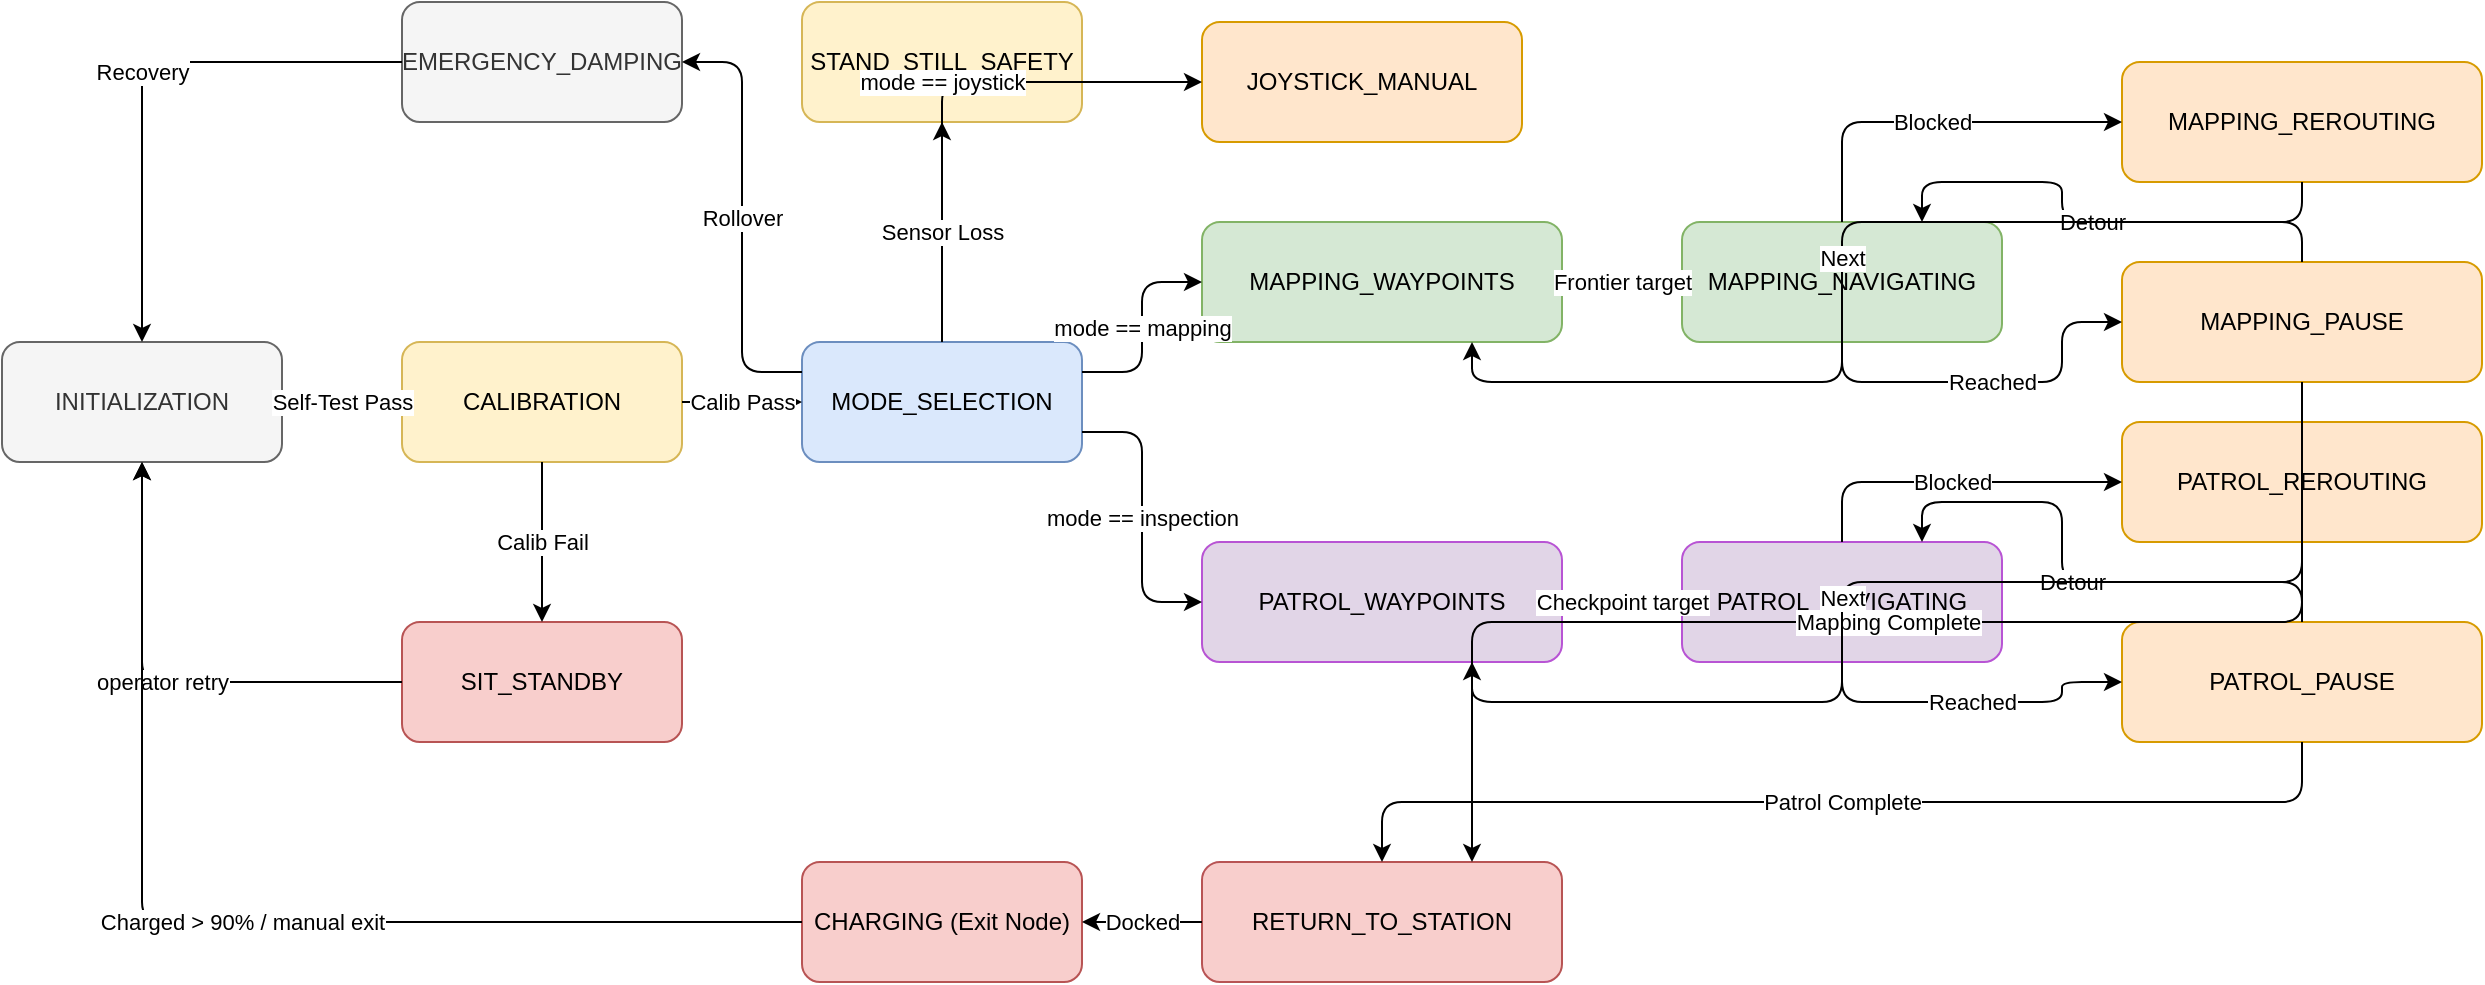
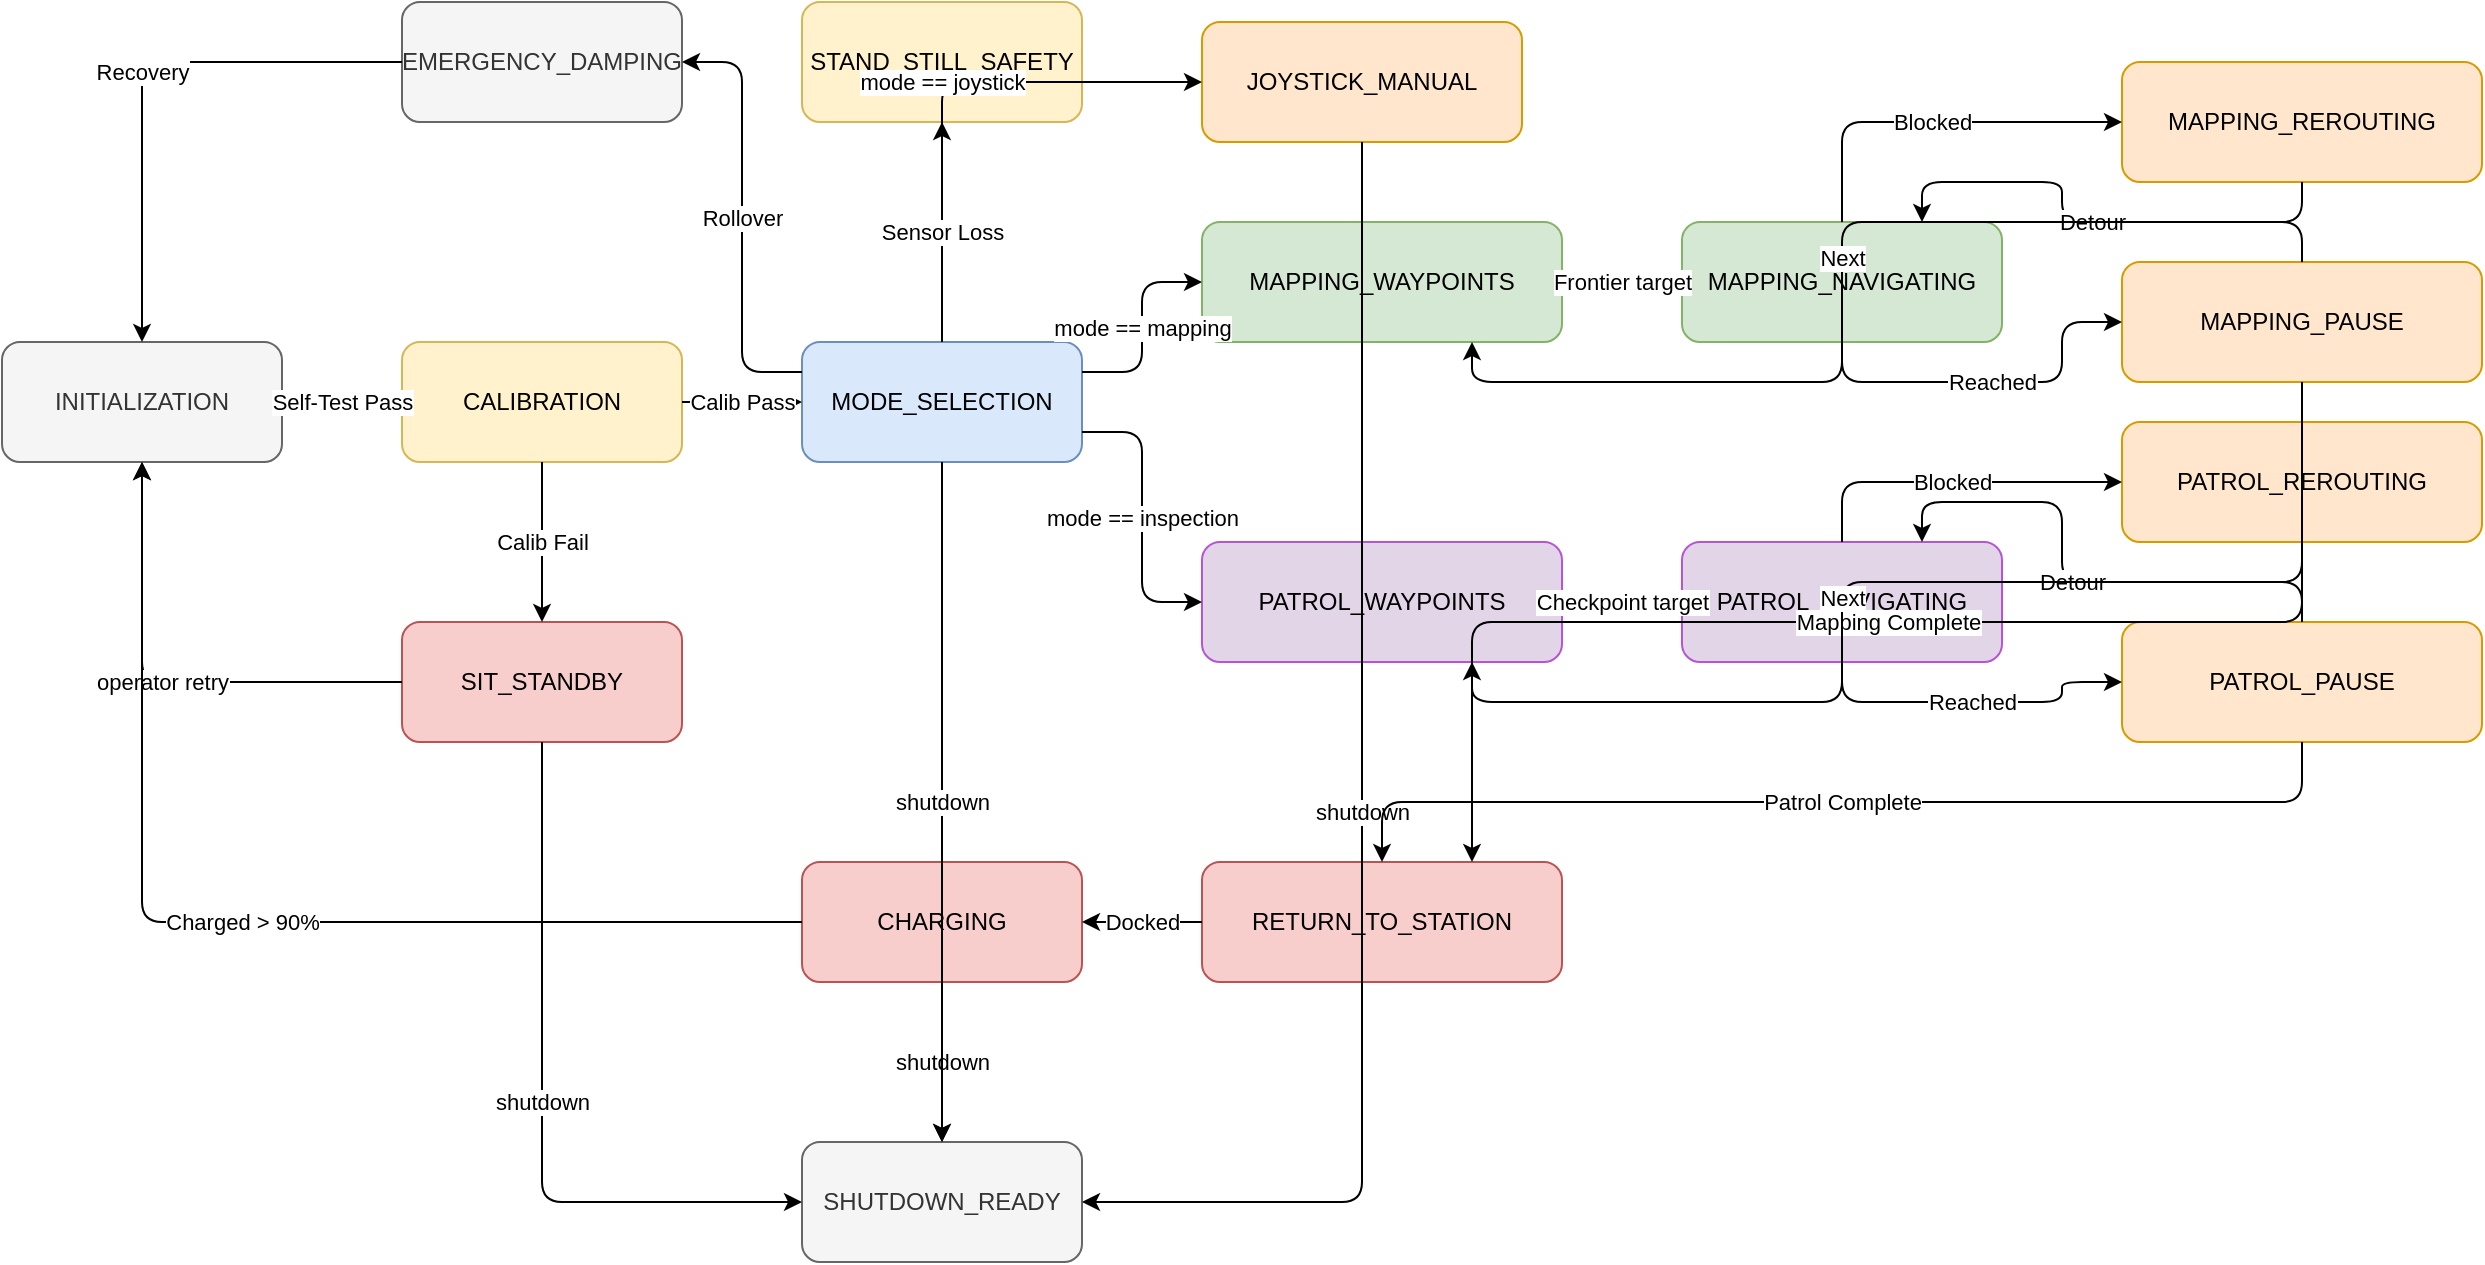
<mxfile host="65bd71144e">
    <diagram id="state-machine" name="Go2 State Machine">
        <mxGraphModel dx="1200" dy="1200" grid="1" gridSize="10" guides="1" tooltips="1" connect="1" arrows="1" fold="1" page="1" pageScale="1" pageWidth="1200" pageHeight="800" math="0" shadow="0">
            <root>
                <mxCell id="0"/>
                <mxCell id="1" parent="0"/>

                <!-- States -->
                <mxCell id="init" value="INITIALIZATION" style="rounded=1;whiteSpace=wrap;html=1;fillColor=#f5f5f5;fontColor=#333333;strokeColor=#666666;" vertex="1" parent="1">
                    <mxGeometry x="40" y="200" width="140" height="60" as="geometry"/>
                </mxCell>
                <mxCell id="calibration" value="CALIBRATION" style="rounded=1;whiteSpace=wrap;html=1;fillColor=#fff2cc;strokeColor=#d6b656;" vertex="1" parent="1">
                    <mxGeometry x="240" y="200" width="140" height="60" as="geometry"/>
                </mxCell>
                <mxCell id="sit-standby" value="SIT_STANDBY" style="rounded=1;whiteSpace=wrap;html=1;fillColor=#f8cecc;strokeColor=#b85454;" vertex="1" parent="1">
                    <mxGeometry x="240" y="340" width="140" height="60" as="geometry"/>
                </mxCell>
                <mxCell id="selection" value="MODE_SELECTION" style="rounded=1;whiteSpace=wrap;html=1;fillColor=#dae8fc;strokeColor=#6c8ebf;" vertex="1" parent="1">
                    <mxGeometry x="440" y="200" width="140" height="60" as="geometry"/>
                </mxCell>

                <!-- Joystick Branch -->
                <mxCell id="joystick" value="JOYSTICK_MANUAL" style="rounded=1;whiteSpace=wrap;html=1;fillColor=#ffe6cc;strokeColor=#d79b00;" vertex="1" parent="1">
                    <mxGeometry x="640" y="40" width="160" height="60" as="geometry"/>
                </mxCell>

                <!-- Mapping Deployment Loop -->
                <mxCell id="map-waypoints" value="MAPPING_WAYPOINTS" style="rounded=1;whiteSpace=wrap;html=1;fillColor=#d5e8d4;strokeColor=#82b366;" vertex="1" parent="1">
                    <mxGeometry x="640" y="140" width="180" height="60" as="geometry"/>
                </mxCell>
                <mxCell id="map-navigating" value="MAPPING_NAVIGATING" style="rounded=1;whiteSpace=wrap;html=1;fillColor=#d5e8d4;strokeColor=#82b366;" vertex="1" parent="1">
                    <mxGeometry x="880" y="140" width="160" height="60" as="geometry"/>
                </mxCell>
                <mxCell id="map-rerouting" value="MAPPING_REROUTING" style="rounded=1;whiteSpace=wrap;html=1;fillColor=#ffe6cc;strokeColor=#d79b00;" vertex="1" parent="1">
                    <mxGeometry x="1100" y="60" width="180" height="60" as="geometry"/>
                </mxCell>
                <mxCell id="map-pause" value="MAPPING_PAUSE" style="rounded=1;whiteSpace=wrap;html=1;fillColor=#ffe6cc;strokeColor=#d79b00;" vertex="1" parent="1">
                    <mxGeometry x="1100" y="160" width="180" height="60" as="geometry"/>
                </mxCell>

                <!-- Inspection Patrol Loop -->
                <mxCell id="patrol-waypoints" value="PATROL_WAYPOINTS" style="rounded=1;whiteSpace=wrap;html=1;fillColor=#e1d5e7;strokeColor=#b854d4;" vertex="1" parent="1">
                    <mxGeometry x="640" y="300" width="180" height="60" as="geometry"/>
                </mxCell>
                <mxCell id="patrol-navigating" value="PATROL_NAVIGATING" style="rounded=1;whiteSpace=wrap;html=1;fillColor=#e1d5e7;strokeColor=#b854d4;" vertex="1" parent="1">
                    <mxGeometry x="880" y="300" width="160" height="60" as="geometry"/>
                </mxCell>
                <mxCell id="patrol-rerouting" value="PATROL_REROUTING" style="rounded=1;whiteSpace=wrap;html=1;fillColor=#ffe6cc;strokeColor=#d79b00;" vertex="1" parent="1">
                    <mxGeometry x="1100" y="240" width="180" height="60" as="geometry"/>
                </mxCell>
                <mxCell id="patrol-pause" value="PATROL_PAUSE" style="rounded=1;whiteSpace=wrap;html=1;fillColor=#ffe6cc;strokeColor=#d79b00;" vertex="1" parent="1">
                    <mxGeometry x="1100" y="340" width="180" height="60" as="geometry"/>
                </mxCell>

                <!-- Return & Charging -->
                <mxCell id="return" value="RETURN_TO_STATION" style="rounded=1;whiteSpace=wrap;html=1;fillColor=#f8cecc;strokeColor=#b85454;" vertex="1" parent="1">
                    <mxGeometry x="640" y="460" width="180" height="60" as="geometry"/>
                </mxCell>
-                 <mxCell id="charging" value="CHARGING (Exit Node)" style="rounded=1;whiteSpace=wrap;html=1;fillColor=#f8cecc;strokeColor=#b85454;" vertex="1" parent="1">
+                 <mxCell id="charging" value="CHARGING" style="rounded=1;whiteSpace=wrap;html=1;fillColor=#f8cecc;strokeColor=#b85454;" vertex="1" parent="1">
                    <mxGeometry x="440" y="460" width="140" height="60" as="geometry"/>
+                 </mxCell>
+ 
+                 <!-- Terminal Exit State -->
+                 <mxCell id="power-off" value="SHUTDOWN_READY" style="rounded=1;whiteSpace=wrap;html=1;fillColor=#f5f5f5;fontColor=#333333;strokeColor=#666666;" vertex="1" parent="1">
+                     <mxGeometry x="440" y="600" width="140" height="60" as="geometry"/>
                </mxCell>

                <!-- Safety States -->
                <mxCell id="stand-still" value="STAND_STILL_SAFETY" style="rounded=1;whiteSpace=wrap;html=1;fillColor=#fff2cc;strokeColor=#d6b656;" vertex="1" parent="1">
                    <mxGeometry x="440" y="30" width="140" height="60" as="geometry"/>
                </mxCell>
                <mxCell id="damping" value="EMERGENCY_DAMPING" style="rounded=1;whiteSpace=wrap;html=1;fillColor=#f5f5f5;fontColor=#333333;strokeColor=#666666;" vertex="1" parent="1">
                    <mxGeometry x="240" y="30" width="140" height="60" as="geometry"/>
                </mxCell>

                <!-- Edges -->
                <mxCell id="e1" value="Self-Test Pass" style="edgeStyle=orthogonalEdgeStyle;rounded=1;orthogonalLoop=1;jettySize=auto;html=1;exitX=1;exitY=0.5;exitDx=0;exitDy=0;entryX=0;entryY=0.5;entryDx=0;entryDy=0;" edge="1" parent="1" source="init" target="calibration">
                    <mxGeometry relative="1" as="geometry"/>
                </mxCell>
                <mxCell id="e2" value="Calib Pass" style="edgeStyle=orthogonalEdgeStyle;rounded=1;orthogonalLoop=1;jettySize=auto;html=1;exitX=1;exitY=0.5;exitDx=0;exitDy=0;entryX=0;entryY=0.5;entryDx=0;entryDy=0;" edge="1" parent="1" source="calibration" target="selection">
                    <mxGeometry relative="1" as="geometry"/>
                </mxCell>
                <mxCell id="e2-fail" value="Calib Fail" style="edgeStyle=orthogonalEdgeStyle;rounded=1;orthogonalLoop=1;jettySize=auto;html=1;exitX=0.5;exitY=1;exitDx=0;exitDy=0;entryX=0.5;entryY=0;entryDx=0;entryDy=0;" edge="1" parent="1" source="calibration" target="sit-standby">
                    <mxGeometry relative="1" as="geometry"/>
                </mxCell>
                <mxCell id="e2-retry" value="operator retry" style="edgeStyle=orthogonalEdgeStyle;rounded=1;orthogonalLoop=1;jettySize=auto;html=1;exitX=0;exitY=0.5;exitDx=0;exitDy=0;entryX=0.5;entryY=1;entryDx=0;entryDy=0;" edge="1" parent="1" source="sit-standby" target="init">
                    <mxGeometry relative="1" as="geometry"/>
                </mxCell>
+                 <mxCell id="e2-shutdown" value="shutdown" style="edgeStyle=orthogonalEdgeStyle;rounded=1;orthogonalLoop=1;jettySize=auto;html=1;exitX=0.5;exitY=1;exitDx=0;exitDy=0;entryX=0;entryY=0.5;entryDx=0;entryDy=0;" edge="1" parent="1" source="sit-standby" target="power-off">
+                     <mxGeometry relative="1" as="geometry"/>
+                 </mxCell>

                <!-- Mode Selection Routing -->
                <mxCell id="e3-joy" value="mode == joystick" style="edgeStyle=orthogonalEdgeStyle;rounded=1;orthogonalLoop=1;jettySize=auto;html=1;exitX=0.5;exitY=0;exitDx=0;exitDy=0;entryX=0;entryY=0.5;entryDx=0;entryDy=0;" edge="1" parent="1" source="selection" target="joystick">
+                     <mxGeometry relative="1" as="geometry"/>
+                 </mxCell>
+                 <mxCell id="e-joy-shutdown" value="shutdown" style="edgeStyle=orthogonalEdgeStyle;rounded=1;orthogonalLoop=1;jettySize=auto;html=1;exitX=0.5;exitY=1;exitDx=0;exitDy=0;entryX=1;entryY=0.5;entryDx=0;entryDy=0;" edge="1" parent="1" source="joystick" target="power-off">
                    <mxGeometry relative="1" as="geometry"/>
                </mxCell>
                <mxCell id="e3-map" value="mode == mapping" style="edgeStyle=orthogonalEdgeStyle;rounded=1;orthogonalLoop=1;jettySize=auto;html=1;exitX=1;exitY=0.25;exitDx=0;exitDy=0;entryX=0;entryY=0.5;entryDx=0;entryDy=0;" edge="1" parent="1" source="selection" target="map-waypoints">
                    <mxGeometry relative="1" as="geometry"/>
                </mxCell>
                <mxCell id="e3-patrol" value="mode == inspection" style="edgeStyle=orthogonalEdgeStyle;rounded=1;orthogonalLoop=1;jettySize=auto;html=1;exitX=1;exitY=0.75;exitDx=0;exitDy=0;entryX=0;entryY=0.5;entryDx=0;entryDy=0;" edge="1" parent="1" source="selection" target="patrol-waypoints">
                    <mxGeometry relative="1" as="geometry"/>
                </mxCell>

                <!-- Mapping Loop edges -->
                <mxCell id="e-map-1" value="Frontier target" style="edgeStyle=orthogonalEdgeStyle;rounded=1;orthogonalLoop=1;jettySize=auto;html=1;exitX=1;exitY=0.5;exitDx=0;exitDy=0;entryX=0;entryY=0.5;entryDx=0;entryDy=0;" edge="1" parent="1" source="map-waypoints" target="map-navigating">
                    <mxGeometry relative="1" as="geometry"/>
                </mxCell>
                <mxCell id="e-map-2" value="Blocked" style="edgeStyle=orthogonalEdgeStyle;rounded=1;orthogonalLoop=1;jettySize=auto;html=1;exitX=0.5;exitY=0;exitDx=0;exitDy=0;entryX=0;entryY=0.5;entryDx=0;entryDy=0;" edge="1" parent="1" source="map-navigating" target="map-rerouting">
                    <mxGeometry relative="1" as="geometry"/>
                </mxCell>
                <mxCell id="e-map-3" value="Detour" style="edgeStyle=orthogonalEdgeStyle;rounded=1;orthogonalLoop=1;jettySize=auto;html=1;exitX=0.5;exitY=1;exitDx=0;exitDy=0;entryX=0.75;entryY=0;entryDx=0;entryDy=0;" edge="1" parent="1" source="map-rerouting" target="map-navigating">
                    <mxGeometry relative="1" as="geometry"/>
                </mxCell>
                <mxCell id="e-map-4" value="Reached" style="edgeStyle=orthogonalEdgeStyle;rounded=1;orthogonalLoop=1;jettySize=auto;html=1;exitX=0.5;exitY=1;exitDx=0;exitDy=0;entryX=0;entryY=0.5;entryDx=0;entryDy=0;" edge="1" parent="1" source="map-navigating" target="map-pause">
                    <mxGeometry relative="1" as="geometry"/>
                </mxCell>
                <mxCell id="e-map-5" value="Next" style="edgeStyle=orthogonalEdgeStyle;rounded=1;orthogonalLoop=1;jettySize=auto;html=1;exitX=0.5;exitY=0;exitDx=0;exitDy=0;entryX=0.75;entryY=1;entryDx=0;entryDy=0;" edge="1" parent="1" source="map-pause" target="map-waypoints">
                    <mxGeometry relative="1" as="geometry"/>
                </mxCell>
                <mxCell id="e-map-6" value="Mapping Complete" style="edgeStyle=orthogonalEdgeStyle;rounded=1;orthogonalLoop=1;jettySize=auto;html=1;exitX=0.5;exitY=1;exitDx=0;exitDy=0;entryX=0.75;entryY=0;entryDx=0;entryDy=0;" edge="1" parent="1" source="map-pause" target="return">
                    <mxGeometry relative="1" as="geometry"/>
                </mxCell>

                <!-- Patrol Loop edges -->
                <mxCell id="e-patrol-1" value="Checkpoint target" style="edgeStyle=orthogonalEdgeStyle;rounded=1;orthogonalLoop=1;jettySize=auto;html=1;exitX=1;exitY=0.5;exitDx=0;exitDy=0;entryX=0;entryY=0.5;entryDx=0;entryDy=0;" edge="1" parent="1" source="patrol-waypoints" target="patrol-navigating">
                    <mxGeometry relative="1" as="geometry"/>
                </mxCell>
                <mxCell id="e-patrol-2" value="Blocked" style="edgeStyle=orthogonalEdgeStyle;rounded=1;orthogonalLoop=1;jettySize=auto;html=1;exitX=0.5;exitY=0;exitDx=0;exitDy=0;entryX=0;entryY=0.5;entryDx=0;entryDy=0;" edge="1" parent="1" source="patrol-navigating" target="patrol-rerouting">
                    <mxGeometry relative="1" as="geometry"/>
                </mxCell>
                <mxCell id="e-patrol-3" value="Detour" style="edgeStyle=orthogonalEdgeStyle;rounded=1;orthogonalLoop=1;jettySize=auto;html=1;exitX=0.5;exitY=1;exitDx=0;exitDy=0;entryX=0.75;entryY=0;entryDx=0;entryDy=0;" edge="1" parent="1" source="patrol-rerouting" target="patrol-navigating">
                    <mxGeometry relative="1" as="geometry"/>
                </mxCell>
                <mxCell id="e-patrol-4" value="Reached" style="edgeStyle=orthogonalEdgeStyle;rounded=1;orthogonalLoop=1;jettySize=auto;html=1;exitX=0.5;exitY=1;exitDx=0;exitDy=0;entryX=0;entryY=0.5;entryDx=0;entryDy=0;" edge="1" parent="1" source="patrol-navigating" target="patrol-pause">
                    <mxGeometry relative="1" as="geometry"/>
                </mxCell>
                <mxCell id="e-patrol-5" value="Next" style="edgeStyle=orthogonalEdgeStyle;rounded=1;orthogonalLoop=1;jettySize=auto;html=1;exitX=0.5;exitY=0;exitDx=0;exitDy=0;entryX=0.75;entryY=1;entryDx=0;entryDy=0;" edge="1" parent="1" source="patrol-pause" target="patrol-waypoints">
                    <mxGeometry relative="1" as="geometry"/>
                </mxCell>
                <mxCell id="e-patrol-6" value="Patrol Complete" style="edgeStyle=orthogonalEdgeStyle;rounded=1;orthogonalLoop=1;jettySize=auto;html=1;exitX=0.5;exitY=1;exitDx=0;exitDy=0;entryX=0.5;entryY=0;entryDx=0;entryDy=0;" edge="1" parent="1" source="patrol-pause" target="return">
                    <mxGeometry relative="1" as="geometry"/>
                </mxCell>

                <!-- Return & Charging edges -->
                <mxCell id="e-return-dock" value="Docked" style="edgeStyle=orthogonalEdgeStyle;rounded=1;orthogonalLoop=1;jettySize=auto;html=1;exitX=0;exitY=0.5;exitDx=0;exitDy=0;entryX=1;entryY=0.5;entryDx=0;entryDy=0;" edge="1" parent="1" source="return" target="charging">
                    <mxGeometry relative="1" as="geometry"/>
                </mxCell>
-                 <mxCell id="e-charging-exit" value="Charged &gt; 90% / manual exit" style="edgeStyle=orthogonalEdgeStyle;rounded=1;orthogonalLoop=1;jettySize=auto;html=1;exitX=0;exitY=0.5;exitDx=0;exitDy=0;entryX=0.5;entryY=1;entryDx=0;entryDy=0;" edge="1" parent="1" source="charging" target="init">
+                 <mxCell id="e-charging-exit" value="Charged &gt; 90%" style="edgeStyle=orthogonalEdgeStyle;rounded=1;orthogonalLoop=1;jettySize=auto;html=1;exitX=0;exitY=0.5;exitDx=0;exitDy=0;entryX=0.5;entryY=1;entryDx=0;entryDy=0;" edge="1" parent="1" source="charging" target="init">
+                     <mxGeometry relative="1" as="geometry"/>
+                 </mxCell>
+                 <mxCell id="e-charging-shutdown" value="shutdown" style="edgeStyle=orthogonalEdgeStyle;rounded=1;orthogonalLoop=1;jettySize=auto;html=1;exitX=0.5;exitY=1;exitDx=0;exitDy=0;entryX=0.5;entryY=0;entryDx=0;entryDy=0;" edge="1" parent="1" source="charging" target="power-off">
                    <mxGeometry relative="1" as="geometry"/>
                </mxCell>

-                 <!-- General Safety edges -->
+                 <!-- General Selection and Safety edges -->
+                 <mxCell id="e-select-shutdown" value="shutdown" style="edgeStyle=orthogonalEdgeStyle;rounded=1;orthogonalLoop=1;jettySize=auto;html=1;exitX=0.5;exitY=1;exitDx=0;exitDy=0;entryX=0.5;entryY=0;entryDx=0;entryDy=0;" edge="1" parent="1" source="selection" target="power-off">
+                     <mxGeometry relative="1" as="geometry"/>
+                 </mxCell>
                <mxCell id="e-safety-1" value="Sensor Loss" style="edgeStyle=orthogonalEdgeStyle;rounded=1;orthogonalLoop=1;jettySize=auto;html=1;exitX=0.5;exitY=0;exitDx=0;exitDy=0;entryX=0.5;entryY=1;entryDx=0;entryDy=0;" edge="1" parent="1" source="selection" target="stand-still">
                    <mxGeometry relative="1" as="geometry"/>
                </mxCell>
                <mxCell id="e-safety-2" value="Recovered" style="edgeStyle=orthogonalEdgeStyle;rounded=1;orthogonalLoop=1;jettySize=auto;html=1;exitX=1;exitY=0.5;exitDx=0;exitDy=0;entryX=0.5;entryY=0;entryDx=0;entryDy=0;" edge="1" parent="1" source="stand-still" target="waypoint-gen">
                    <mxGeometry relative="1" as="geometry"/>
                </mxCell>
                <mxCell id="e-damping-1" value="Rollover" style="edgeStyle=orthogonalEdgeStyle;rounded=1;orthogonalLoop=1;jettySize=auto;html=1;exitX=0;exitY=0.25;exitDx=0;exitDy=0;entryX=1;entryY=0.5;entryDx=0;entryDy=0;" edge="1" parent="1" source="selection" target="damping">
                    <mxGeometry relative="1" as="geometry"/>
                </mxCell>
                <mxCell id="e-damping-2" value="Recovery" style="edgeStyle=orthogonalEdgeStyle;rounded=1;orthogonalLoop=1;jettySize=auto;html=1;exitX=0;exitY=0.5;exitDx=0;exitDy=0;entryX=0.5;entryY=0;entryDx=0;entryDy=0;" edge="1" parent="1" source="damping" target="init">
                    <mxGeometry relative="1" as="geometry"/>
                </mxCell>
            </root>
        </mxGraphModel>
    </diagram>
</mxfile>